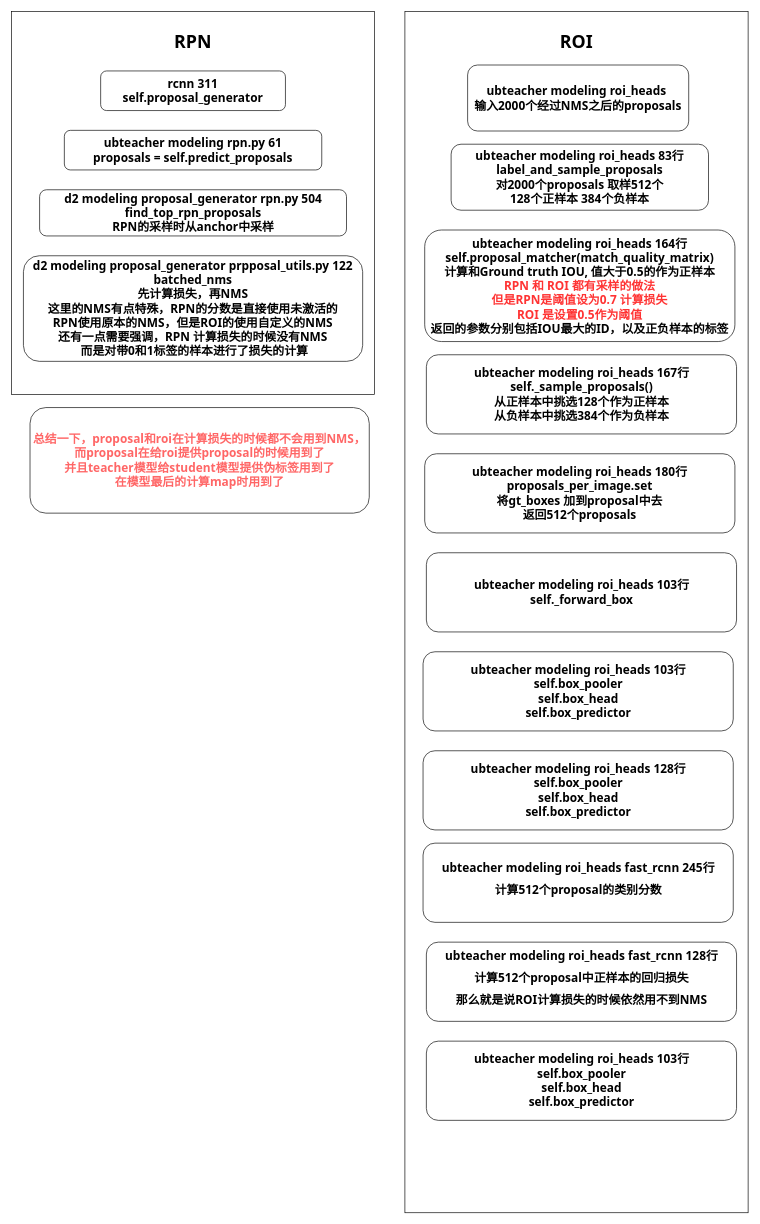
The draw.io diagram NMS的使用.drawio in Pandaxia8/Test, before the edit. Source tidied: cells renumbered, new cells numbered last; positions are measured from the earlier drawing's top-left corner, leaving out a move shared by most shapes. Both pictures are drawn from the tidied source at 66%, with x=0, y=0 at pixel (11, 11).
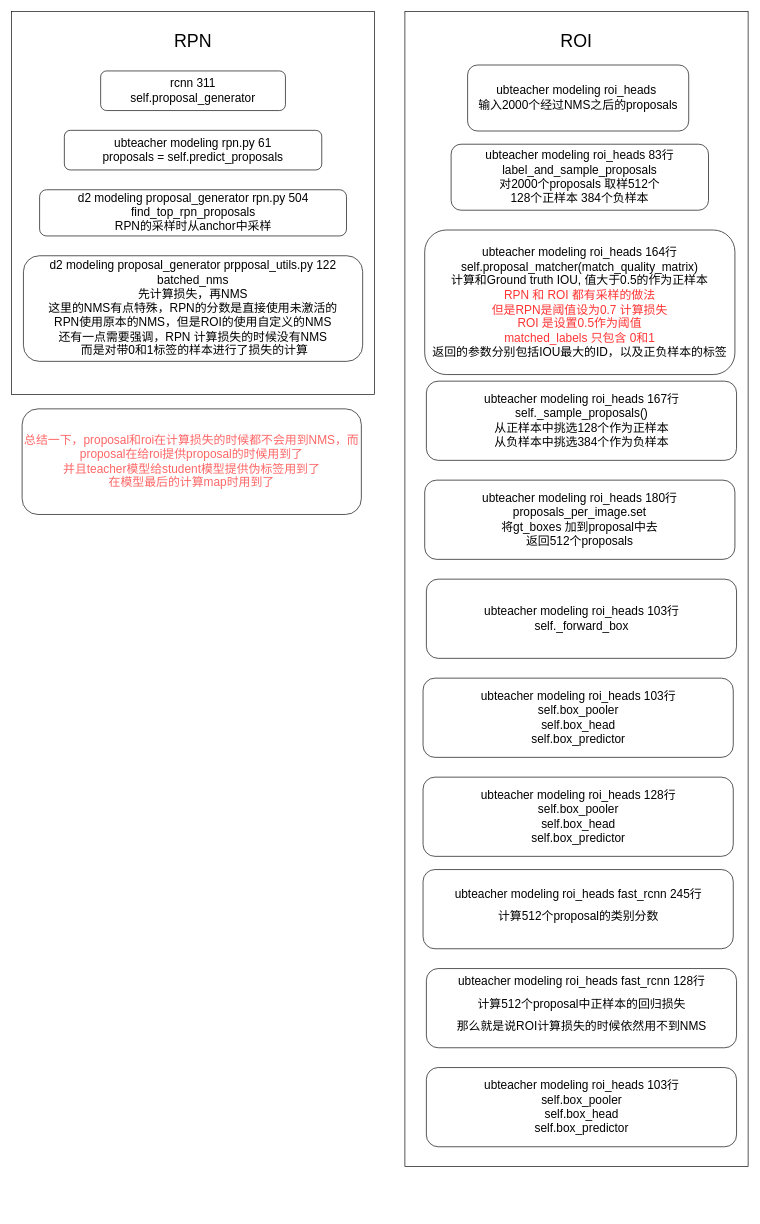
The same diagram, later.

Commit message:
更新NMS的使用.drawio

Diff of the diagram source:
```diff
@@
-    <mxCell id="2" style="rounded=0;whiteSpace=wrap;html=1;fontFamily=Tahoma;fontSize=18;" parent="1" vertex="1">
+    <mxCell id="2" style="rounded=0;whiteSpace=wrap;html=1;fontFamily=Helvetica;fontSize=18;fontStyle=0;" parent="1" vertex="1">
       <mxGeometry width="550" height="580" as="geometry" />
     </mxCell>
-    <mxCell id="3" value="&lt;font style=&quot;font-size: 18px;&quot;&gt;rcnn 311&lt;br&gt;self.proposal_generator&lt;/font&gt;" style="rounded=1;whiteSpace=wrap;html=1;fontFamily=Tahoma;fontStyle=1;" parent="1" vertex="1">
+    <mxCell id="3" value="&lt;font style=&quot;font-size: 18px;&quot;&gt;rcnn 311&lt;br&gt;self.proposal_generator&lt;/font&gt;" style="rounded=1;whiteSpace=wrap;html=1;fontFamily=Helvetica;fontStyle=0;" parent="1" vertex="1">
       <mxGeometry x="135" y="90" width="280" height="60" as="geometry" />
     </mxCell>
-    <mxCell id="4" value="&lt;font style=&quot;font-size: 18px;&quot;&gt;ubteacher modeling rpn.py 61&lt;br&gt;proposals = self.predict_proposals&lt;/font&gt;" style="rounded=1;whiteSpace=wrap;html=1;fontFamily=Tahoma;fontStyle=1;" parent="1" vertex="1">
+    <mxCell id="4" value="&lt;font style=&quot;font-size: 18px;&quot;&gt;ubteacher modeling rpn.py 61&lt;br&gt;proposals = self.predict_proposals&lt;/font&gt;" style="rounded=1;whiteSpace=wrap;html=1;fontFamily=Helvetica;fontStyle=0;" parent="1" vertex="1">
       <mxGeometry x="80" y="180" width="390" height="60" as="geometry" />
     </mxCell>
-    <mxCell id="5" value="&lt;font style=&quot;font-size: 18px;&quot;&gt;d2 modeling proposal_generator rpn.py 504&lt;br&gt;find_top_rpn_proposals&lt;br&gt;RPN的采样时从anchor中采样&lt;br&gt;&lt;/font&gt;" style="rounded=1;whiteSpace=wrap;html=1;fontFamily=Tahoma;fontStyle=1;" parent="1" vertex="1">
+    <mxCell id="5" value="&lt;font style=&quot;font-size: 18px;&quot;&gt;d2 modeling proposal_generator rpn.py 504&lt;br&gt;find_top_rpn_proposals&lt;br&gt;RPN的采样时从anchor中采样&lt;br&gt;&lt;/font&gt;" style="rounded=1;whiteSpace=wrap;html=1;fontFamily=Helvetica;fontStyle=0;" parent="1" vertex="1">
       <mxGeometry x="42.5" y="270" width="465" height="70" as="geometry" />
     </mxCell>
-    <mxCell id="6" value="&lt;font style=&quot;font-size: 18px;&quot;&gt;d2 modeling proposal_generator prpposal_utils.py 122&lt;br&gt;batched_nms&lt;br&gt;先计算损失，再NMS&lt;br&gt;这里的NMS有点特殊，RPN的分数是直接使用未激活的&lt;br&gt;RPN使用原本的NMS，但是ROI的使用自定义的NMS&lt;br&gt;还有一点需要强调，RPN 计算损失的时候没有NMS&lt;br&gt;&amp;nbsp;而是对带0和1标签的样本进行了损失的计算&lt;br&gt;&lt;/font&gt;" style="rounded=1;whiteSpace=wrap;html=1;fontFamily=Tahoma;fontStyle=1;" parent="1" vertex="1">
+    <mxCell id="6" value="&lt;font style=&quot;font-size: 18px;&quot;&gt;d2 modeling proposal_generator prpposal_utils.py 122&lt;br&gt;batched_nms&lt;br&gt;先计算损失，再NMS&lt;br&gt;这里的NMS有点特殊，RPN的分数是直接使用未激活的&lt;br&gt;RPN使用原本的NMS，但是ROI的使用自定义的NMS&lt;br&gt;还有一点需要强调，RPN 计算损失的时候没有NMS&lt;br&gt;&amp;nbsp;而是对带0和1标签的样本进行了损失的计算&lt;br&gt;&lt;/font&gt;" style="rounded=1;whiteSpace=wrap;html=1;fontFamily=Helvetica;fontStyle=0;" parent="1" vertex="1">
       <mxGeometry x="18" y="370" width="514" height="160" as="geometry" />
     </mxCell>
-    <mxCell id="7" value="RPN" style="text;html=1;strokeColor=none;fillColor=none;align=center;verticalAlign=middle;whiteSpace=wrap;rounded=0;fontFamily=Tahoma;fontSize=27;fontStyle=1;" parent="1" vertex="1">
+    <mxCell id="7" value="RPN" style="text;html=1;strokeColor=none;fillColor=none;align=center;verticalAlign=middle;whiteSpace=wrap;rounded=0;fontFamily=Helvetica;fontSize=27;fontStyle=0;" parent="1" vertex="1">
       <mxGeometry x="245" y="30" width="60" height="30" as="geometry" />
     </mxCell>
-    <mxCell id="8" style="rounded=0;whiteSpace=wrap;html=1;fontFamily=Tahoma;fontSize=18;" parent="1" vertex="1">
-      <mxGeometry x="596" width="520" height="1820" as="geometry" />
+    <mxCell id="8" style="rounded=0;whiteSpace=wrap;html=1;fontFamily=Helvetica;fontSize=18;fontStyle=0;" parent="1" vertex="1">
+      <mxGeometry x="596" width="520" height="1750" as="geometry" />
     </mxCell>
-    <mxCell id="9" value="&lt;span style=&quot;font-size: 18px;&quot;&gt;ubteacher modeling roi_heads&amp;nbsp;&lt;br&gt;输入2000个经过NMS之后的proposals&lt;/span&gt;" style="rounded=1;whiteSpace=wrap;html=1;fontFamily=Tahoma;fontStyle=1;" parent="1" vertex="1">
+    <mxCell id="9" value="&lt;span style=&quot;font-size: 18px;&quot;&gt;ubteacher modeling roi_heads&amp;nbsp;&lt;br&gt;输入2000个经过NMS之后的proposals&lt;/span&gt;" style="rounded=1;whiteSpace=wrap;html=1;fontFamily=Helvetica;fontStyle=0;" parent="1" vertex="1">
       <mxGeometry x="691" y="81" width="335" height="100" as="geometry" />
     </mxCell>
-    <mxCell id="10" value="&lt;span style=&quot;font-size: 18px;&quot;&gt;ubteacher modeling roi_heads 83行&lt;/span&gt;&lt;span style=&quot;font-size: 18px;&quot;&gt;&lt;br&gt;label_and_sample_proposals&lt;br&gt;对2000个proposals 取样512个&lt;br&gt;128个正样本 384个负样本&lt;br&gt;&lt;/span&gt;" style="rounded=1;whiteSpace=wrap;html=1;fontFamily=Tahoma;fontStyle=1;" parent="1" vertex="1">
+    <mxCell id="10" value="&lt;span style=&quot;font-size: 18px;&quot;&gt;ubteacher modeling roi_heads 83行&lt;/span&gt;&lt;span style=&quot;font-size: 18px;&quot;&gt;&lt;br&gt;label_and_sample_proposals&lt;br&gt;对2000个proposals 取样512个&lt;br&gt;128个正样本 384个负样本&lt;br&gt;&lt;/span&gt;" style="rounded=1;whiteSpace=wrap;html=1;fontFamily=Helvetica;fontStyle=0;" parent="1" vertex="1">
       <mxGeometry x="666" y="201" width="390" height="100" as="geometry" />
     </mxCell>
-    <mxCell id="11" value="ROI" style="text;html=1;strokeColor=none;fillColor=none;align=center;verticalAlign=middle;whiteSpace=wrap;rounded=0;fontFamily=Tahoma;fontSize=27;fontStyle=1;" parent="1" vertex="1">
+    <mxCell id="11" value="ROI" style="text;html=1;strokeColor=none;fillColor=none;align=center;verticalAlign=middle;whiteSpace=wrap;rounded=0;fontFamily=Helvetica;fontSize=27;fontStyle=0;" parent="1" vertex="1">
       <mxGeometry x="826" y="30" width="60" height="30" as="geometry" />
     </mxCell>
-    <mxCell id="12" value="&lt;span style=&quot;font-size: 18px;&quot;&gt;ubteacher modeling roi_heads 164行&lt;/span&gt;&lt;br&gt;&lt;span style=&quot;font-size: 18px;&quot;&gt;self.proposal_matcher(match_quality_matrix)&lt;br&gt;计算和Ground truth IOU, 值大于0.5的作为正样本&lt;br&gt;&lt;font color=&quot;#ff3333&quot;&gt;RPN 和 ROI 都有采样的做法&lt;br&gt;但是RPN是阈值设为0.7 计算损失&lt;br&gt;ROI 是设置0.5作为阈值&lt;br&gt;&lt;/font&gt;返回的参数分别包括IOU最大的ID，以及正负样本的标签&lt;br&gt;&lt;/span&gt;" style="rounded=1;whiteSpace=wrap;html=1;fontFamily=Tahoma;fontStyle=1;" parent="1" vertex="1">
-      <mxGeometry x="626" y="331" width="470" height="169" as="geometry" />
+    <mxCell id="12" value="&lt;font style=&quot;font-size: 18px;&quot;&gt;ubteacher modeling roi_heads 164行&lt;br&gt;self.proposal_matcher(match_quality_matrix)&lt;br&gt;计算和Ground truth IOU, 值大于0.5的作为正样本&lt;br&gt;&lt;font style=&quot;font-size: 18px;&quot; color=&quot;#ff3333&quot;&gt;RPN 和 ROI 都有采样的做法&lt;br&gt;但是RPN是阈值设为0.7 计算损失&lt;br&gt;ROI 是设置0.5作为阈值&lt;br&gt;&lt;/font&gt;&lt;font style=&quot;font-size: 18px;&quot; color=&quot;#ff3333&quot;&gt;matched_labels 只包含 0和1&lt;/font&gt;&lt;br&gt;返回的参数分别包括IOU最大的ID，以及正负样本的标签&lt;/font&gt;" style="rounded=1;whiteSpace=wrap;html=1;fontFamily=Helvetica;fontStyle=0;" parent="1" vertex="1">
+      <mxGeometry x="626" y="331" width="470" height="219" as="geometry" />
     </mxCell>
-    <mxCell id="13" value="&lt;span style=&quot;font-size: 18px;&quot;&gt;ubteacher modeling roi_heads 167行&lt;/span&gt;&lt;br&gt;&lt;span style=&quot;font-size: 18px;&quot;&gt;self._sample_proposals()&lt;br&gt;从正样本中挑选128个作为正样本&lt;/span&gt;&lt;br&gt;&lt;span style=&quot;font-size: 18px;&quot;&gt;从负样本中挑选384个作为负样本&lt;/span&gt;" style="rounded=1;whiteSpace=wrap;html=1;fontFamily=Tahoma;fontStyle=1;" parent="1" vertex="1">
-      <mxGeometry x="628.5" y="520" width="470" height="120" as="geometry" />
+    <mxCell id="13" value="&lt;span style=&quot;font-size: 18px;&quot;&gt;ubteacher modeling roi_heads 167行&lt;/span&gt;&lt;br&gt;&lt;span style=&quot;font-size: 18px;&quot;&gt;self._sample_proposals()&lt;br&gt;从正样本中挑选128个作为正样本&lt;/span&gt;&lt;br&gt;&lt;span style=&quot;font-size: 18px;&quot;&gt;从负样本中挑选384个作为负样本&lt;/span&gt;" style="rounded=1;whiteSpace=wrap;html=1;fontFamily=Helvetica;fontStyle=0;" parent="1" vertex="1">
+      <mxGeometry x="628.5" y="560" width="470" height="120" as="geometry" />
     </mxCell>
-    <mxCell id="14" value="&lt;span style=&quot;font-size: 18px;&quot;&gt;ubteacher modeling roi_heads 180行&lt;/span&gt;&lt;br&gt;&lt;span style=&quot;font-size: 18px;&quot;&gt;proposals_per_image.set&lt;br&gt;将gt_boxes 加到proposal中去&lt;br&gt;返回512个proposals&lt;br&gt;&lt;/span&gt;" style="rounded=1;whiteSpace=wrap;html=1;fontFamily=Tahoma;fontStyle=1;" parent="1" vertex="1">
-      <mxGeometry x="626" y="670" width="470" height="120" as="geometry" />
+    <mxCell id="14" value="&lt;span style=&quot;font-size: 18px;&quot;&gt;ubteacher modeling roi_heads 180行&lt;/span&gt;&lt;br&gt;&lt;span style=&quot;font-size: 18px;&quot;&gt;proposals_per_image.set&lt;br&gt;将gt_boxes 加到proposal中去&lt;br&gt;返回512个proposals&lt;br&gt;&lt;/span&gt;" style="rounded=1;whiteSpace=wrap;html=1;fontFamily=Helvetica;fontStyle=0;" parent="1" vertex="1">
+      <mxGeometry x="626" y="710" width="470" height="120" as="geometry" />
     </mxCell>
-    <mxCell id="15" value="&lt;span style=&quot;font-size: 18px;&quot;&gt;ubteacher modeling roi_heads 103行&lt;/span&gt;&lt;br&gt;&lt;span style=&quot;font-size: 18px;&quot;&gt;self._forward_box&lt;/span&gt;&lt;br&gt;" style="rounded=1;whiteSpace=wrap;html=1;fontFamily=Tahoma;fontStyle=1;" parent="1" vertex="1">
-      <mxGeometry x="628.5" y="820" width="470" height="120" as="geometry" />
+    <mxCell id="15" value="&lt;span style=&quot;font-size: 18px;&quot;&gt;ubteacher modeling roi_heads 103行&lt;/span&gt;&lt;br&gt;&lt;span style=&quot;font-size: 18px;&quot;&gt;self._forward_box&lt;/span&gt;&lt;br&gt;" style="rounded=1;whiteSpace=wrap;html=1;fontFamily=Helvetica;fontStyle=0;" parent="1" vertex="1">
+      <mxGeometry x="628.5" y="860" width="470" height="120" as="geometry" />
     </mxCell>
-    <mxCell id="16" value="&lt;font style=&quot;font-size: 18px;&quot;&gt;ubteacher modeling roi_heads 103行&lt;br&gt;self.box_pooler&lt;br&gt;self.box_head&lt;br&gt;self.box_predictor&lt;/font&gt;" style="rounded=1;whiteSpace=wrap;html=1;fontFamily=Tahoma;fontStyle=1;" parent="1" vertex="1">
-      <mxGeometry x="623.5" y="970" width="470" height="120" as="geometry" />
+    <mxCell id="16" value="&lt;font style=&quot;font-size: 18px;&quot;&gt;ubteacher modeling roi_heads 103行&lt;br&gt;self.box_pooler&lt;br&gt;self.box_head&lt;br&gt;self.box_predictor&lt;/font&gt;" style="rounded=1;whiteSpace=wrap;html=1;fontFamily=Helvetica;fontStyle=0;" parent="1" vertex="1">
+      <mxGeometry x="623.5" y="1010" width="470" height="120" as="geometry" />
     </mxCell>
-    <mxCell id="17" value="&lt;span style=&quot;font-size: 18px;&quot;&gt;ubteacher modeling roi_heads fast_rcnn 245行&lt;br&gt;&lt;/span&gt;&lt;p&gt;&lt;font style=&quot;font-size: 18px;&quot;&gt;计算512个proposal的类别分数&lt;/font&gt;&lt;/p&gt;" style="rounded=1;whiteSpace=wrap;html=1;fontFamily=Tahoma;fontStyle=1;" parent="1" vertex="1">
-      <mxGeometry x="623.5" y="1260" width="470" height="120" as="geometry" />
+    <mxCell id="17" value="&lt;span style=&quot;font-size: 18px;&quot;&gt;ubteacher modeling roi_heads fast_rcnn 245行&lt;br&gt;&lt;/span&gt;&lt;p&gt;&lt;font style=&quot;font-size: 18px;&quot;&gt;计算512个proposal的类别分数&lt;/font&gt;&lt;/p&gt;" style="rounded=1;whiteSpace=wrap;html=1;fontFamily=Helvetica;fontStyle=0;" parent="1" vertex="1">
+      <mxGeometry x="623.5" y="1300" width="470" height="120" as="geometry" />
     </mxCell>
-    <mxCell id="18" value="&lt;font style=&quot;font-size: 18px;&quot;&gt;ubteacher modeling roi_heads 128行&lt;br&gt;self.box_pooler&lt;br&gt;self.box_head&lt;br&gt;self.box_predictor&lt;/font&gt;" style="rounded=1;whiteSpace=wrap;html=1;fontFamily=Tahoma;fontStyle=1;" parent="1" vertex="1">
-      <mxGeometry x="623.5" y="1120" width="470" height="120" as="geometry" />
+    <mxCell id="18" value="&lt;font style=&quot;font-size: 18px;&quot;&gt;ubteacher modeling roi_heads 128行&lt;br&gt;self.box_pooler&lt;br&gt;self.box_head&lt;br&gt;self.box_predictor&lt;/font&gt;" style="rounded=1;whiteSpace=wrap;html=1;fontFamily=Helvetica;fontStyle=0;" parent="1" vertex="1">
+      <mxGeometry x="623.5" y="1160" width="470" height="120" as="geometry" />
     </mxCell>
-    <mxCell id="19" value="&lt;span style=&quot;font-size: 18px;&quot;&gt;ubteacher modeling roi_heads fast_rcnn 128行&lt;br&gt;&lt;/span&gt;&lt;p&gt;&lt;font style=&quot;font-size: 18px;&quot;&gt;计算512个proposal中正样本的回归损失&lt;/font&gt;&lt;/p&gt;&lt;p&gt;&lt;font style=&quot;font-size: 18px;&quot;&gt;那么就是说ROI计算损失的时候依然用不到NMS&lt;/font&gt;&lt;/p&gt;" style="rounded=1;whiteSpace=wrap;html=1;fontFamily=Tahoma;fontStyle=1;" parent="1" vertex="1">
-      <mxGeometry x="628.5" y="1410" width="470" height="120" as="geometry" />
+    <mxCell id="19" value="&lt;span style=&quot;font-size: 18px;&quot;&gt;ubteacher modeling roi_heads fast_rcnn 128行&lt;br&gt;&lt;/span&gt;&lt;p&gt;&lt;font style=&quot;font-size: 18px;&quot;&gt;计算512个proposal中正样本的回归损失&lt;/font&gt;&lt;/p&gt;&lt;p&gt;&lt;font style=&quot;font-size: 18px;&quot;&gt;那么就是说ROI计算损失的时候依然用不到NMS&lt;/font&gt;&lt;/p&gt;" style="rounded=1;whiteSpace=wrap;html=1;fontFamily=Helvetica;fontStyle=0;" parent="1" vertex="1">
+      <mxGeometry x="628.5" y="1450" width="470" height="120" as="geometry" />
     </mxCell>
-    <mxCell id="20" value="&lt;font style=&quot;font-size: 18px;&quot;&gt;ubteacher modeling roi_heads 103行&lt;br&gt;self.box_pooler&lt;br&gt;self.box_head&lt;br&gt;self.box_predictor&lt;/font&gt;" style="rounded=1;whiteSpace=wrap;html=1;fontFamily=Tahoma;fontStyle=1;" parent="1" vertex="1">
-      <mxGeometry x="628.5" y="1560" width="470" height="120" as="geometry" />
+    <mxCell id="20" value="&lt;font style=&quot;font-size: 18px;&quot;&gt;ubteacher modeling roi_heads 103行&lt;br&gt;self.box_pooler&lt;br&gt;self.box_head&lt;br&gt;self.box_predictor&lt;/font&gt;" style="rounded=1;whiteSpace=wrap;html=1;fontFamily=Helvetica;fontStyle=0;" parent="1" vertex="1">
+      <mxGeometry x="628.5" y="1600" width="470" height="120" as="geometry" />
     </mxCell>
-    <mxCell id="21" value="&lt;font style=&quot;font-size: 18px;&quot;&gt;&lt;font color=&quot;#ff6666&quot;&gt;总结一下，proposal和roi在计算损失的时候都不会用到NMS，而proposal在给roi提供proposal的时候用到了&lt;br&gt;并且teacher模型给student模型提供伪标签用到了&lt;br&gt;在模型最后的计算map时用到了&lt;/font&gt;&lt;br&gt;&lt;/font&gt;" style="rounded=1;whiteSpace=wrap;html=1;fontFamily=Tahoma;fontStyle=1;" parent="1" vertex="1">
-      <mxGeometry x="28" y="600" width="514" height="160" as="geometry" />
+    <mxCell id="21" value="&lt;font style=&quot;font-size: 18px;&quot;&gt;&lt;font color=&quot;#ff6666&quot;&gt;总结一下，proposal和roi在计算损失的时候都不会用到NMS，而proposal在给roi提供proposal的时候用到了&lt;br&gt;并且teacher模型给student模型提供伪标签用到了&lt;br&gt;在模型最后的计算map时用到了&lt;/font&gt;&lt;br&gt;&lt;/font&gt;" style="rounded=1;whiteSpace=wrap;html=1;fontFamily=Helvetica;fontStyle=0;" parent="1" vertex="1">
+      <mxGeometry x="16" y="602" width="514" height="160" as="geometry" />
     </mxCell>
```
